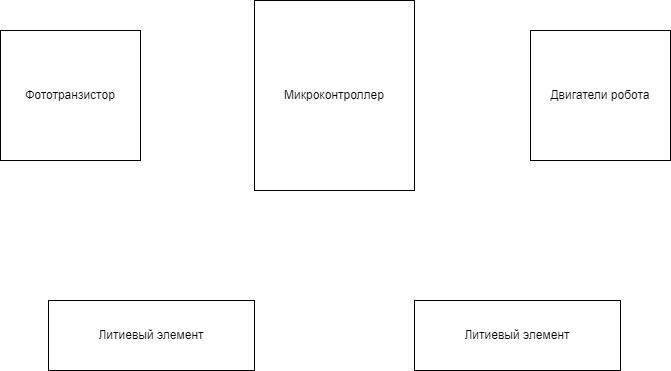
This is Cхемыч.png from IlyaFedoseev227/LABS-PNRPU-IVT-22-1b, a draw.io export, as it was before one commit. Source tidied: cells renumbered, new cells last; positions are measured from the earlier drawing's top-left corner, leaving out a move shared by most shapes.
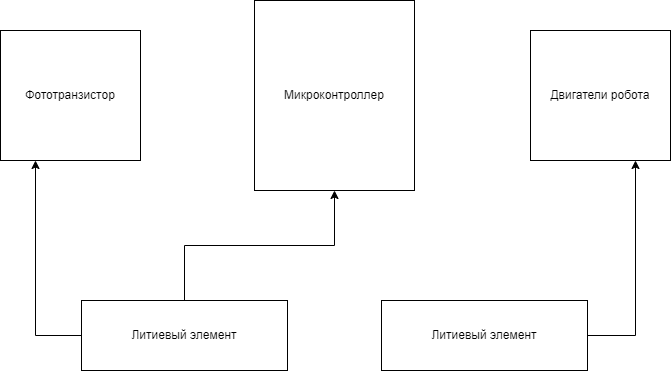
Above is the later version.

What changed in the source:
```diff
@@ -2,8 +2,14 @@
   <root>
     <mxCell id="0" />
     <mxCell id="1" parent="0" />
+    <mxCell id="7" style="edgeStyle=orthogonalEdgeStyle;rounded=0;jettySize=auto;html=1;exitX=0;exitY=0.5;exitDx=0;exitDy=0;entryX=0.25;entryY=1;entryDx=0;entryDy=0;" parent="1" edge="1" source="2" target="4">
+      <mxGeometry relative="1" as="geometry" />
+    </mxCell>
+    <mxCell id="8" style="edgeStyle=orthogonalEdgeStyle;rounded=0;jettySize=auto;html=1;exitX=0.5;exitY=0;exitDx=0;exitDy=0;entryX=0.5;entryY=1;entryDx=0;entryDy=0;" parent="1" edge="1" source="2" target="3">
+      <mxGeometry relative="1" as="geometry" />
+    </mxCell>
     <mxCell id="2" value="Литиевый элемент" style="rounded=0;whiteSpace=wrap;html=1;" parent="1" vertex="1">
-      <mxGeometry x="48" y="300" width="206" height="70" as="geometry" />
+      <mxGeometry x="81" y="300" width="206" height="70" as="geometry" />
     </mxCell>
     <mxCell id="3" value="Микроконтроллер" style="rounded=0;whiteSpace=wrap;html=1;" parent="1" vertex="1">
       <mxGeometry x="254" width="160" height="190" as="geometry" />
@@ -14,8 +20,11 @@
     <mxCell id="5" value="Двигатели робота" style="rounded=0;whiteSpace=wrap;html=1;" parent="1" vertex="1">
       <mxGeometry x="530" y="30" width="140" height="130" as="geometry" />
     </mxCell>
+    <mxCell id="9" style="edgeStyle=orthogonalEdgeStyle;rounded=0;jettySize=auto;html=1;exitX=1;exitY=0.5;exitDx=0;exitDy=0;entryX=0.75;entryY=1;entryDx=0;entryDy=0;" parent="1" edge="1" source="6" target="5">
+      <mxGeometry relative="1" as="geometry" />
+    </mxCell>
     <mxCell id="6" value="Литиевый элемент" style="rounded=0;whiteSpace=wrap;html=1;" parent="1" vertex="1">
-      <mxGeometry x="414" y="300" width="206" height="70" as="geometry" />
+      <mxGeometry x="381" y="300" width="206" height="70" as="geometry" />
     </mxCell>
   </root>
 </mxGraphModel>
```
